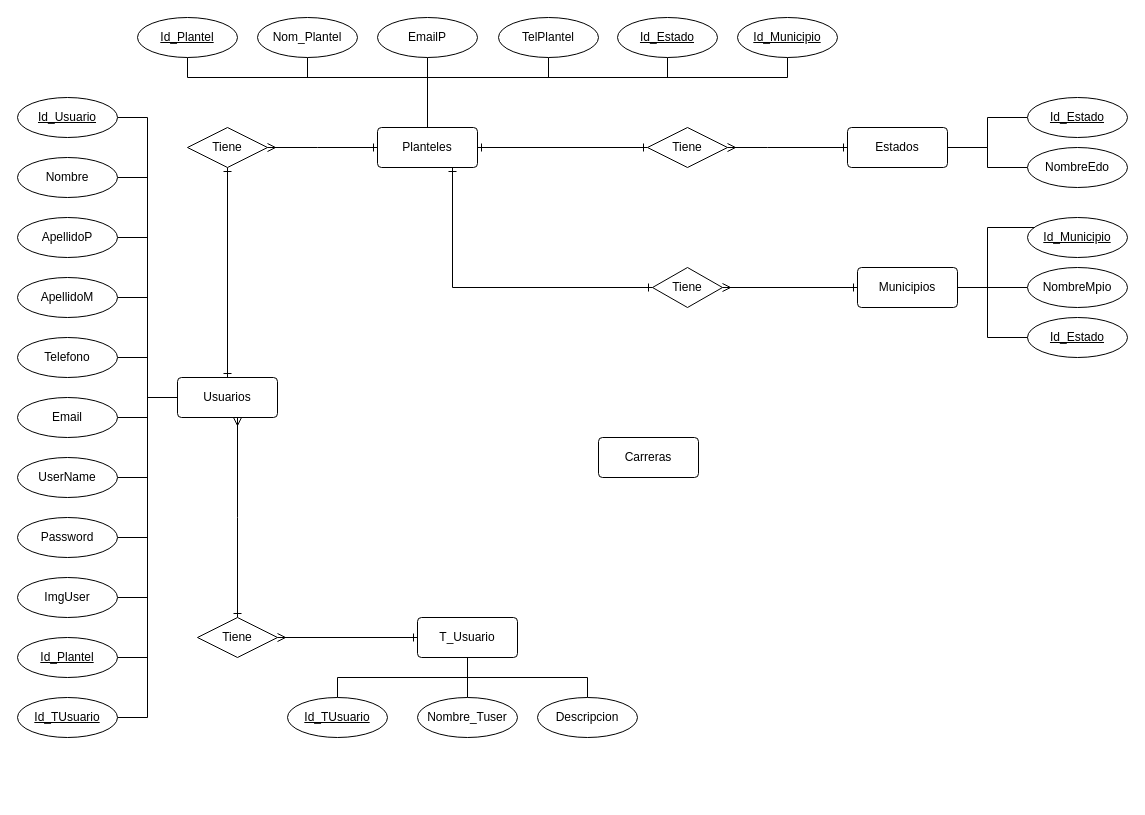
This is NewProyectOne.drawio from AbiMendoza06/ProyectOne, a draw.io file, before an edit. Source tidied: cells renumbered, new cells numbered last; positions are measured from the earlier drawing's top-left corner, leaving out a move shared by most shapes. Both pictures are drawn from the tidied source at 100%, with x=0, y=0 at pixel (17, 17).
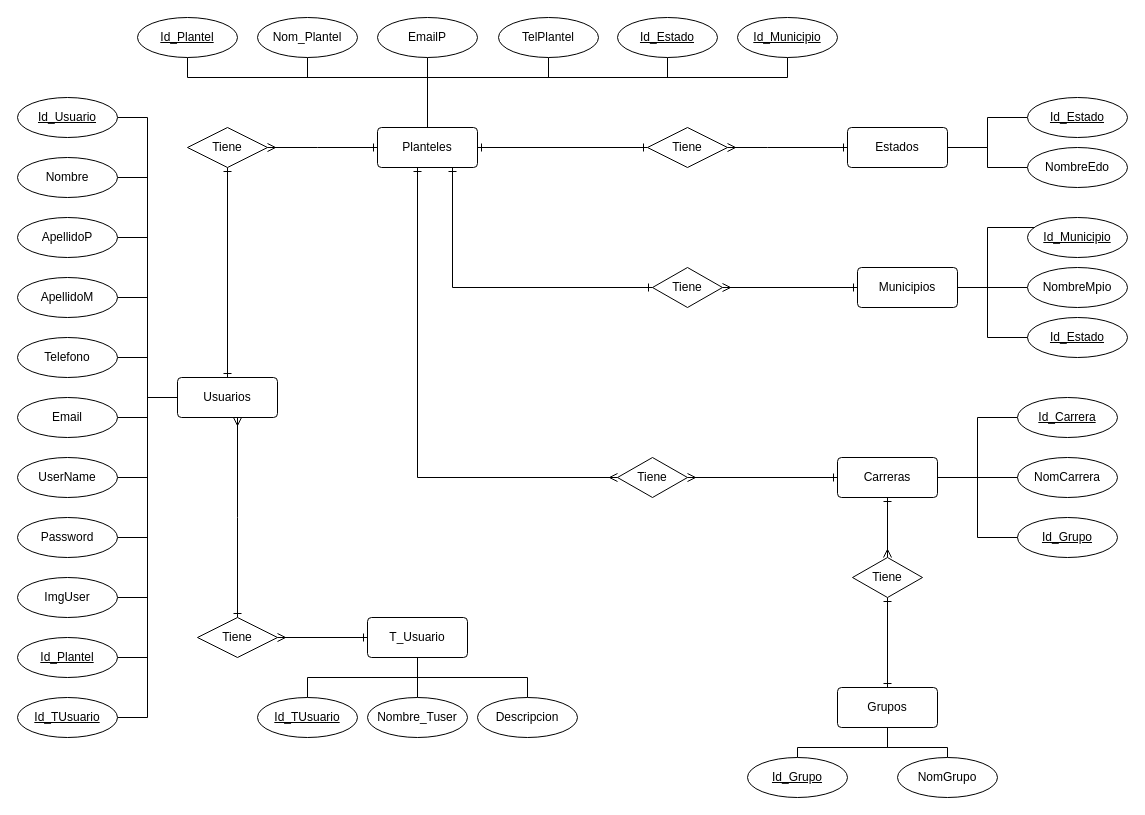
Above is the later version.

Diff of the diagram source:
```diff
@@
     <mxCell id="28" value="T_Usuario" style="rounded=1;arcSize=10;whiteSpace=wrap;html=1;align=center;" parent="1" vertex="1">
-      <mxGeometry x="400" y="600" width="100" height="40" as="geometry" />
+      <mxGeometry x="350" y="600" width="100" height="40" as="geometry" />
     </mxCell>
-    <mxCell id="29" style="edgeStyle=orthogonalEdgeStyle;rounded=0;jettySize=auto;html=1;entryX=0.5;entryY=1;entryDx=0;entryDy=0;endArrow=none;endFill=0;" parent="1" edge="1" source="30" target="28">
+    <mxCell id="29" style="edgeStyle=orthogonalEdgeStyle;rounded=0;jettySize=auto;html=1;entryX=0.5;entryY=1;entryDx=0;entryDy=0;endArrow=none;endFill=0;exitX=0.5;exitY=0;exitDx=0;exitDy=0;" parent="1" edge="1" source="30" target="28">
       <mxGeometry relative="1" as="geometry">
         <Array as="points">
-          <mxPoint x="320" y="660" />
-          <mxPoint x="450" y="660" />
+          <mxPoint x="290" y="660" />
+          <mxPoint x="400" y="660" />
         </Array>
       </mxGeometry>
     </mxCell>
     <mxCell id="30" value="Id_TUsuario" style="ellipse;whiteSpace=wrap;html=1;align=center;fontStyle=4;" parent="1" vertex="1">
-      <mxGeometry x="270" y="680" width="100" height="40" as="geometry" />
+      <mxGeometry x="240" y="680" width="100" height="40" as="geometry" />
     </mxCell>
@@
     <mxCell id="32" value="Nombre_Tuser" style="ellipse;whiteSpace=wrap;html=1;align=center;fontStyle=0;" parent="1" vertex="1">
-      <mxGeometry x="400" y="680" width="100" height="40" as="geometry" />
+      <mxGeometry x="350" y="680" width="100" height="40" as="geometry" />
     </mxCell>
     <mxCell id="33" style="edgeStyle=orthogonalEdgeStyle;rounded=0;jettySize=auto;html=1;entryX=0.5;entryY=1;entryDx=0;entryDy=0;endArrow=none;endFill=0;" parent="1" edge="1" source="34" target="28">
       <mxGeometry relative="1" as="geometry">
         <Array as="points">
-          <mxPoint x="570" y="660" />
-          <mxPoint x="450" y="660" />
+          <mxPoint x="510" y="660" />
+          <mxPoint x="400" y="660" />
         </Array>
       </mxGeometry>
     </mxCell>
     <mxCell id="34" value="Descripcion" style="ellipse;whiteSpace=wrap;html=1;align=center;fontStyle=0;" parent="1" vertex="1">
-      <mxGeometry x="520" y="680" width="100" height="40" as="geometry" />
+      <mxGeometry x="460" y="680" width="100" height="40" as="geometry" />
     </mxCell>
@@
+    <mxCell id="70" style="edgeStyle=orthogonalEdgeStyle;rounded=0;jettySize=auto;html=1;entryX=0;entryY=0.5;entryDx=0;entryDy=0;endArrow=none;endFill=0;" parent="1" edge="1" source="69" target="74">
+      <mxGeometry relative="1" as="geometry">
+        <Array as="points">
+          <mxPoint x="960" y="460" />
+          <mxPoint x="960" y="400" />
+        </Array>
+      </mxGeometry>
+    </mxCell>
     <mxCell id="69" value="Carreras" style="rounded=1;arcSize=10;whiteSpace=wrap;html=1;align=center;" parent="1" vertex="1">
-      <mxGeometry x="581" y="420" width="100" height="40" as="geometry" />
+      <mxGeometry x="820" y="440" width="100" height="40" as="geometry" />
     </mxCell>
+    <mxCell id="71" style="edgeStyle=orthogonalEdgeStyle;rounded=0;jettySize=auto;html=1;endArrow=ERone;endFill=0;startArrow=ERmany;startFill=0;exitX=1;exitY=0.5;exitDx=0;exitDy=0;entryX=0;entryY=0.5;entryDx=0;entryDy=0;" parent="1" edge="1" source="72" target="69">
+      <mxGeometry relative="1" as="geometry" />
+    </mxCell>
+    <mxCell id="72" value="Tiene" style="shape=rhombus;perimeter=rhombusPerimeter;whiteSpace=wrap;html=1;align=center;" parent="1" vertex="1">
+      <mxGeometry x="600" y="440" width="70" height="40" as="geometry" />
+    </mxCell>
+    <mxCell id="73" style="edgeStyle=orthogonalEdgeStyle;rounded=0;orthogonalLoop=1;jettySize=auto;html=1;endArrow=ERmany;endFill=0;startArrow=ERone;startFill=0;exitX=0.4;exitY=0.966;exitDx=0;exitDy=0;exitPerimeter=0;" parent="1" edge="1">
+      <mxGeometry relative="1" as="geometry">
+        <mxPoint x="400" y="150" as="sourcePoint" />
+        <mxPoint x="600" y="460" as="targetPoint" />
+        <Array as="points">
+          <mxPoint x="400" y="460" />
+          <mxPoint x="600" y="460" />
+        </Array>
+      </mxGeometry>
+    </mxCell>
+    <mxCell id="74" value="Id_Carrera" style="ellipse;whiteSpace=wrap;html=1;align=center;fontStyle=4;" parent="1" vertex="1">
+      <mxGeometry x="1000" y="380" width="100" height="40" as="geometry" />
+    </mxCell>
+    <mxCell id="75" value="NomCarrera" style="ellipse;whiteSpace=wrap;html=1;align=center;" parent="1" vertex="1">
+      <mxGeometry x="1000" y="440" width="100" height="40" as="geometry" />
+    </mxCell>
+    <mxCell id="76" style="edgeStyle=orthogonalEdgeStyle;rounded=0;jettySize=auto;html=1;endArrow=none;endFill=0;" parent="1" edge="1" source="69">
+      <mxGeometry relative="1" as="geometry">
+        <mxPoint x="1000" y="460" as="targetPoint" />
+        <Array as="points">
+          <mxPoint x="960" y="420" />
+          <mxPoint x="960" y="460" />
+          <mxPoint x="997" y="460" />
+        </Array>
+      </mxGeometry>
+    </mxCell>
+    <mxCell id="77" value="Id_Grupo" style="ellipse;whiteSpace=wrap;html=1;align=center;fontStyle=4;" parent="1" vertex="1">
+      <mxGeometry x="1000" y="500" width="100" height="40" as="geometry" />
+    </mxCell>
+    <mxCell id="78" style="edgeStyle=orthogonalEdgeStyle;rounded=0;jettySize=auto;html=1;endArrow=none;endFill=0;exitX=1;exitY=0.5;exitDx=0;exitDy=0;" parent="1" edge="1" source="69">
+      <mxGeometry relative="1" as="geometry">
+        <mxPoint x="1000" y="520" as="targetPoint" />
+        <Array as="points">
+          <mxPoint x="960" y="460" />
+          <mxPoint x="960" y="520" />
+        </Array>
+      </mxGeometry>
+    </mxCell>
+    <mxCell id="79" value="Grupos" style="rounded=1;arcSize=10;whiteSpace=wrap;html=1;align=center;" parent="1" vertex="1">
+      <mxGeometry x="820" y="670" width="100" height="40" as="geometry" />
+    </mxCell>
+    <mxCell id="80" style="edgeStyle=orthogonalEdgeStyle;rounded=0;jettySize=auto;html=1;endArrow=ERone;endFill=0;startArrow=ERmany;startFill=0;" parent="1" edge="1" source="82" target="69">
+      <mxGeometry relative="1" as="geometry" />
+    </mxCell>
+    <mxCell id="81" style="edgeStyle=orthogonalEdgeStyle;rounded=0;jettySize=auto;html=1;endArrow=ERone;endFill=0;startArrow=ERone;startFill=0;" parent="1" edge="1" source="82" target="79">
+      <mxGeometry relative="1" as="geometry" />
+    </mxCell>
+    <mxCell id="82" value="Tiene" style="shape=rhombus;perimeter=rhombusPerimeter;whiteSpace=wrap;html=1;align=center;" parent="1" vertex="1">
+      <mxGeometry x="835" y="540" width="70" height="40" as="geometry" />
+    </mxCell>
+    <mxCell id="83" style="edgeStyle=orthogonalEdgeStyle;rounded=0;jettySize=auto;html=1;entryX=0.5;entryY=1;entryDx=0;entryDy=0;endArrow=none;endFill=0;" parent="1" edge="1" source="84" target="79">
+      <mxGeometry relative="1" as="geometry">
+        <Array as="points">
+          <mxPoint x="780" y="730" />
+          <mxPoint x="870" y="730" />
+        </Array>
+      </mxGeometry>
+    </mxCell>
+    <mxCell id="84" value="Id_Grupo" style="ellipse;whiteSpace=wrap;html=1;align=center;fontStyle=4;" parent="1" vertex="1">
+      <mxGeometry x="730" y="740" width="100" height="40" as="geometry" />
+    </mxCell>
+    <mxCell id="85" style="edgeStyle=orthogonalEdgeStyle;rounded=0;jettySize=auto;html=1;entryX=0.5;entryY=1;entryDx=0;entryDy=0;endArrow=none;endFill=0;" parent="1" edge="1" source="86" target="79">
+      <mxGeometry relative="1" as="geometry">
+        <Array as="points">
+          <mxPoint x="930" y="730" />
+          <mxPoint x="870" y="730" />
+        </Array>
+      </mxGeometry>
+    </mxCell>
+    <mxCell id="86" value="NomGrupo" style="ellipse;whiteSpace=wrap;html=1;align=center;" parent="1" vertex="1">
+      <mxGeometry x="880" y="740" width="100" height="40" as="geometry" />
+    </mxCell>
```
